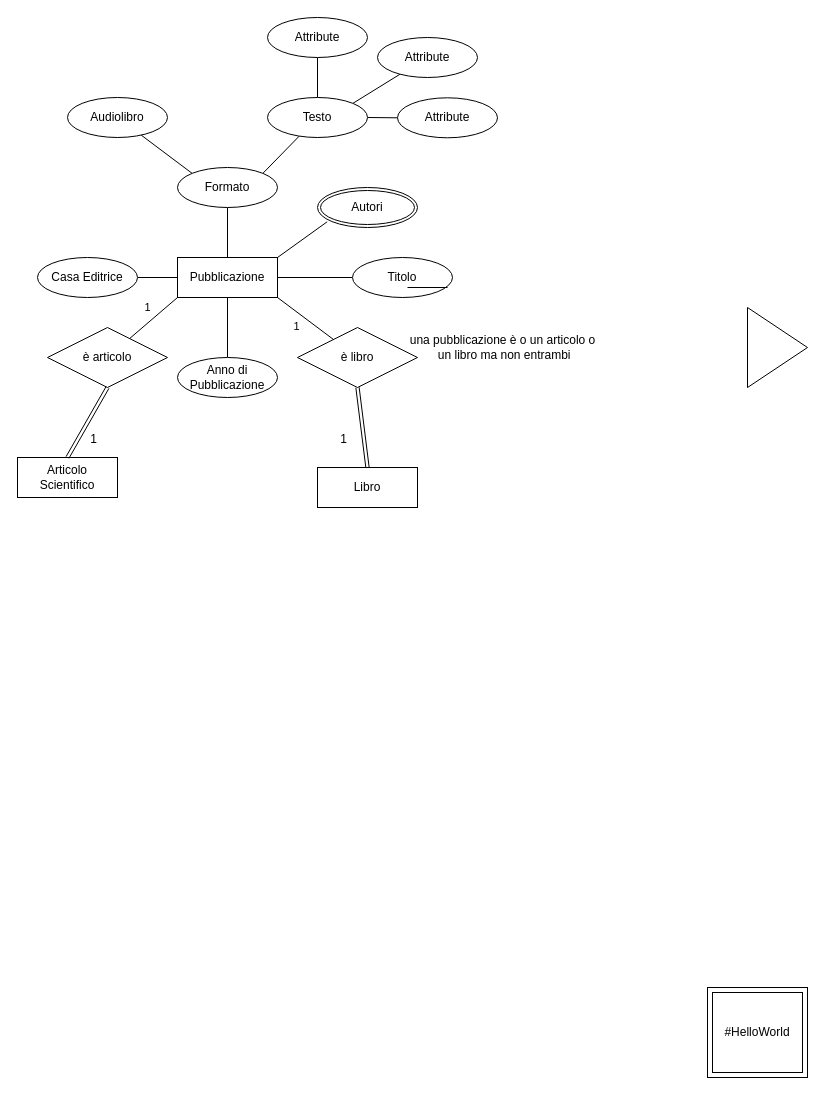
Before: prova.drawio in FiorentinoLuca/diagrams, a draw.io diagram. Source tidied: cells renumbered, new cells numbered last; positions are measured from the earlier drawing's top-left corner, leaving out a move shared by most shapes. Both pictures are drawn from the tidied source at 100%, with x=0, y=0 at pixel (17, 17).
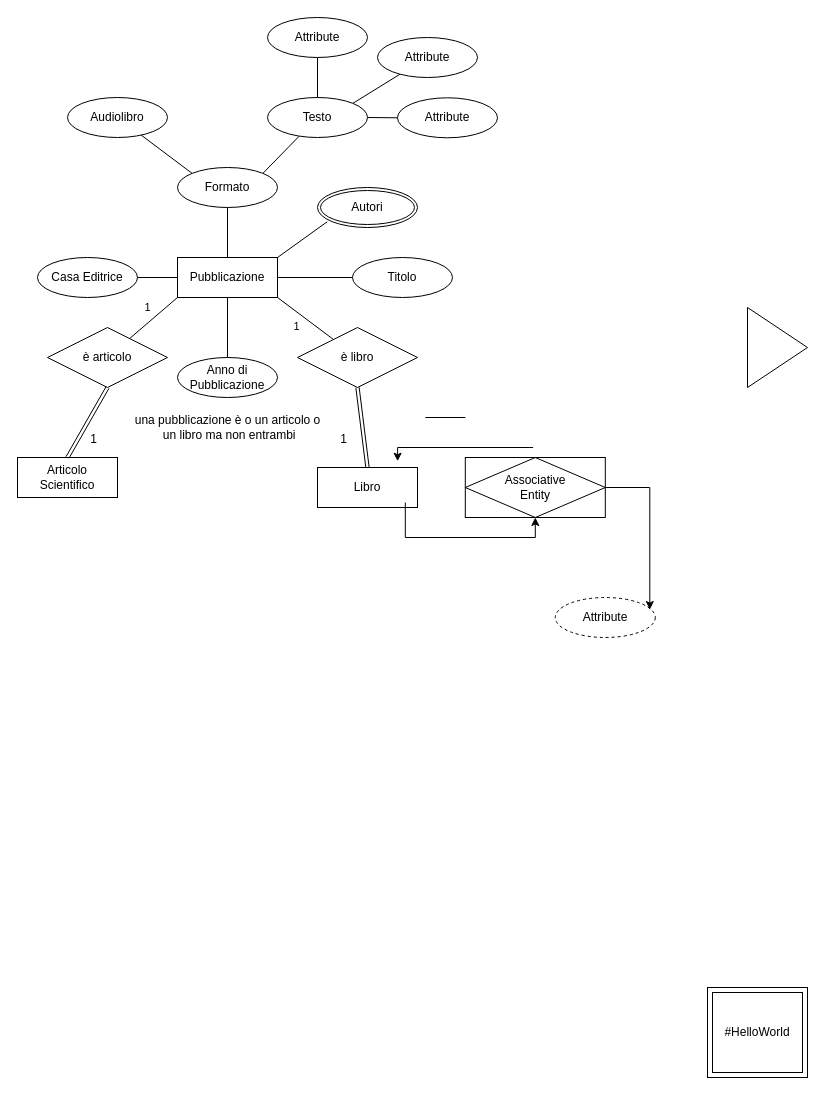
Above is the later version.

Change to the diagram source:
```diff
@@
     <mxCell id="30" style="edgeStyle=none;html=1;exitX=1;exitY=0.5;exitDx=0;exitDy=0;endArrow=none;endFill=0;entryX=1;entryY=0.5;entryDx=0;entryDy=0;" parent="1" edge="1">
       <mxGeometry relative="1" as="geometry">
-        <mxPoint x="430" y="270" as="sourcePoint" />
-        <mxPoint x="390" y="270" as="targetPoint" />
+        <mxPoint x="447.8" y="400" as="sourcePoint" />
+        <mxPoint x="407.8" y="400" as="targetPoint" />
       </mxGeometry>
     </mxCell>
@@
+    <mxCell id="37" style="edgeStyle=orthogonalEdgeStyle;rounded=0;jettySize=auto;html=1;exitX=1;exitY=1;exitDx=0;exitDy=0;entryX=0.5;entryY=1;entryDx=0;entryDy=0;" parent="1" edge="1" target="38">
+      <mxGeometry relative="1" as="geometry">
+        <mxPoint x="387.8" y="485" as="sourcePoint" />
+        <Array as="points">
+          <mxPoint x="387.8" y="520" />
+          <mxPoint x="517.8" y="520" />
+        </Array>
+      </mxGeometry>
+    </mxCell>
@@
     <mxCell id="35" value="una pubblicazione è o un articolo o&lt;br&gt;&amp;nbsp;un libro ma non entrambi" style="text;html=1;align=center;verticalAlign=middle;strokeColor=none;fillColor=none;" parent="1" vertex="1">
-      <mxGeometry x="380" y="310" width="210" height="40" as="geometry" />
+      <mxGeometry x="105" y="390" width="210" height="40" as="geometry" />
     </mxCell>
@@
+    <mxCell id="38" value="Associative&#10;Entity" style="shape=associativeEntity;whiteSpace=wrap;html=1;align=center;" parent="1" vertex="1">
+      <mxGeometry x="447.8" y="440" width="140" height="60" as="geometry" />
+    </mxCell>
+    <mxCell id="39" style="edgeStyle=orthogonalEdgeStyle;rounded=0;orthogonalLoop=1;jettySize=auto;html=1;exitX=0.5;exitY=0;exitDx=0;exitDy=0;entryX=0.704;entryY=0.228;entryDx=0;entryDy=0;entryPerimeter=0;" parent="1" edge="1">
+      <mxGeometry relative="1" as="geometry">
+        <mxPoint x="515.6" y="430" as="sourcePoint" />
+        <mxPoint x="380.1" y="443.7" as="targetPoint" />
+        <Array as="points">
+          <mxPoint x="380.6" y="430" />
+        </Array>
+      </mxGeometry>
+    </mxCell>
+    <mxCell id="40" value="Attribute" style="ellipse;whiteSpace=wrap;html=1;align=center;dashed=1;" parent="1" vertex="1">
+      <mxGeometry x="537.8" y="580" width="100" height="40" as="geometry" />
+    </mxCell>
+    <mxCell id="41" style="edgeStyle=orthogonalEdgeStyle;rounded=0;jettySize=auto;html=1;exitX=1;exitY=0.5;exitDx=0;exitDy=0;entryX=0.945;entryY=0.3;entryDx=0;entryDy=0;entryPerimeter=0;" parent="1" edge="1" source="38" target="40">
+      <mxGeometry relative="1" as="geometry" />
+    </mxCell>
```
